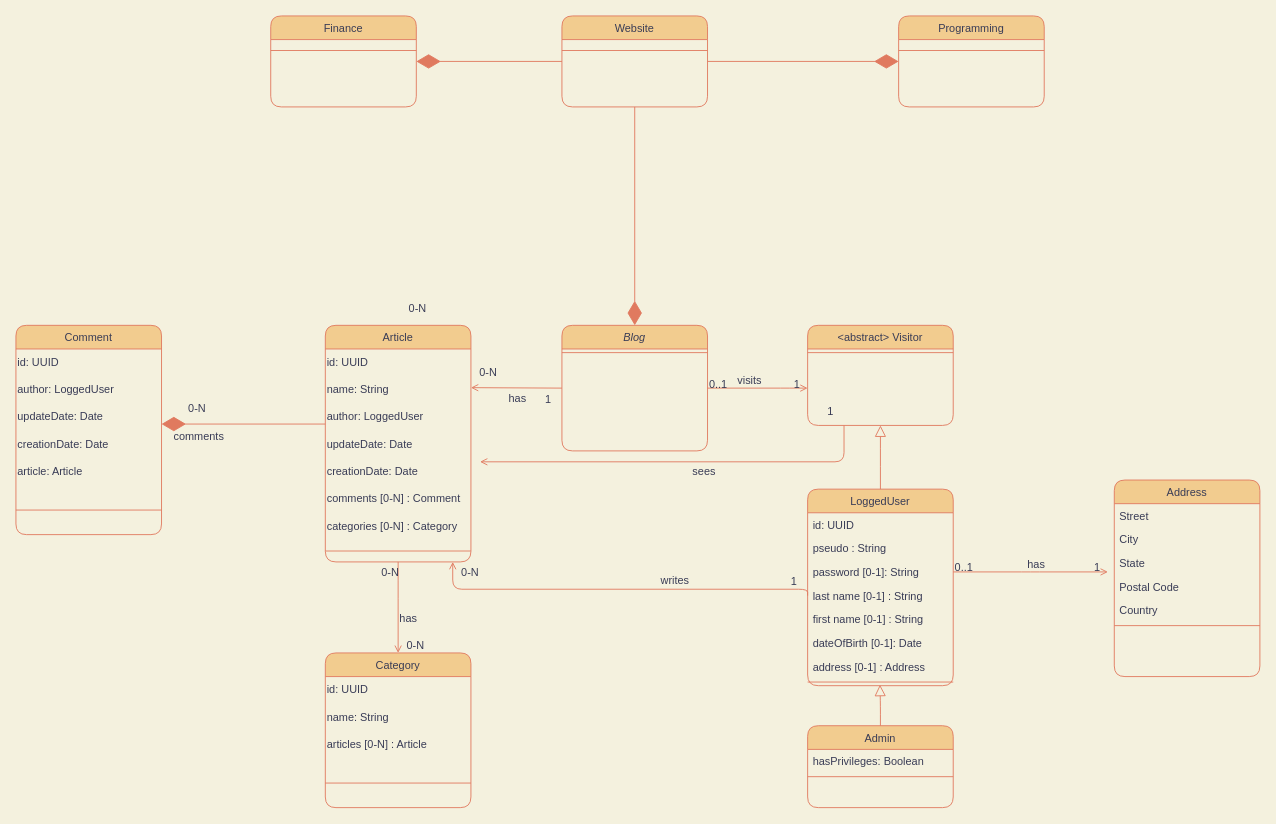
Before: Blog Class Diagram.drawio in RobGhys/Blog, a draw.io diagram. Source tidied: cells renumbered, new cells numbered last; positions are measured from the earlier drawing's top-left corner, leaving out a move shared by most shapes. Both pictures are drawn from the tidied source at 91%, with x=0, y=0 at pixel (15, 15).
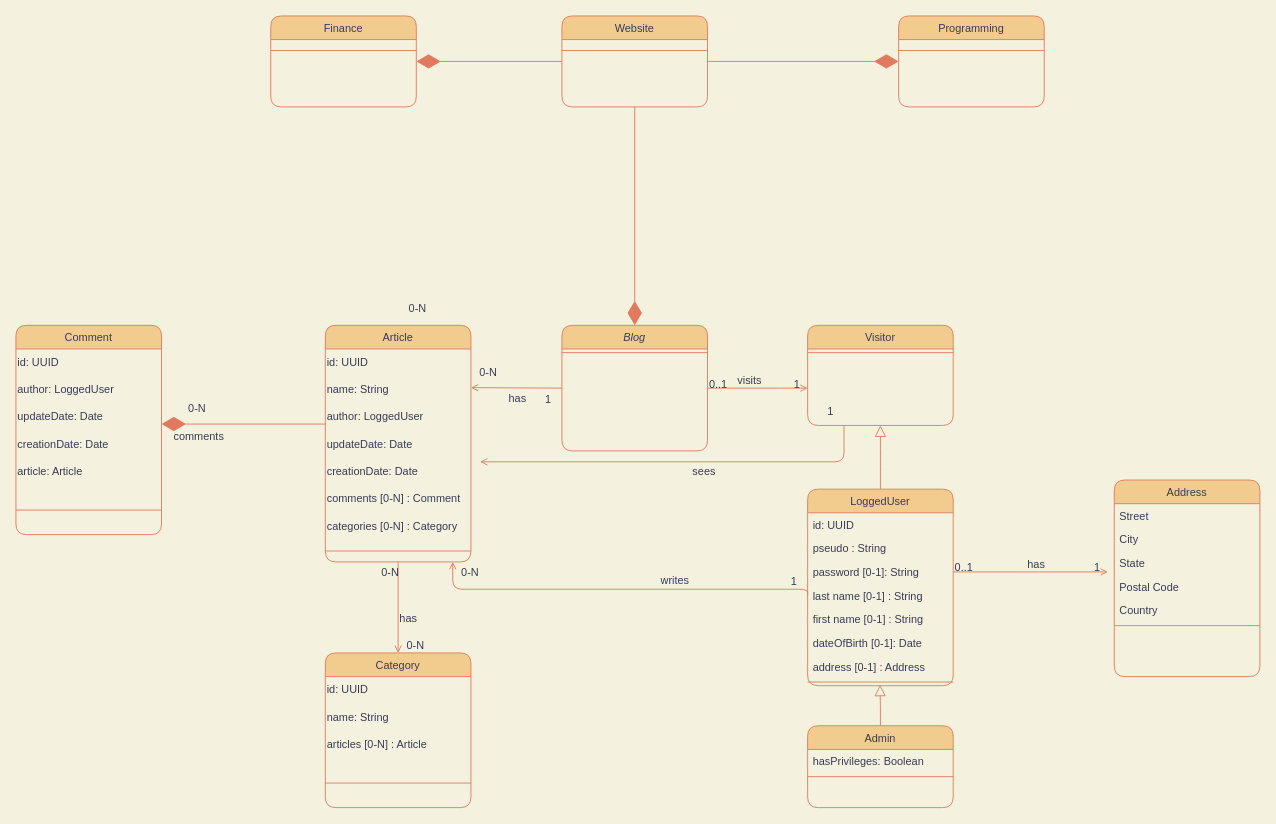
After the change.

Commit message:
made the visitor not abstract

The edit, as a diff of the source:
```diff
@@
-    <mxCell id="32" value="&lt;abstract&gt; Visitor" style="swimlane;fontStyle=0;align=center;verticalAlign=top;horizontal=1;startSize=26;rounded=1;shadow=0;strokeWidth=1;fillColor=#F2CC8F;strokeColor=#E07A5F;fontColor=#393C56;" parent="1" vertex="1">
+    <mxCell id="32" value="Visitor" style="swimlane;fontStyle=0;align=center;verticalAlign=top;horizontal=1;startSize=26;rounded=1;shadow=0;strokeWidth=1;fillColor=#F2CC8F;strokeColor=#E07A5F;fontColor=#393C56;" parent="1" vertex="1">
       <mxGeometry x="870" y="340" width="160" height="110" as="geometry" />
     </mxCell>
```
